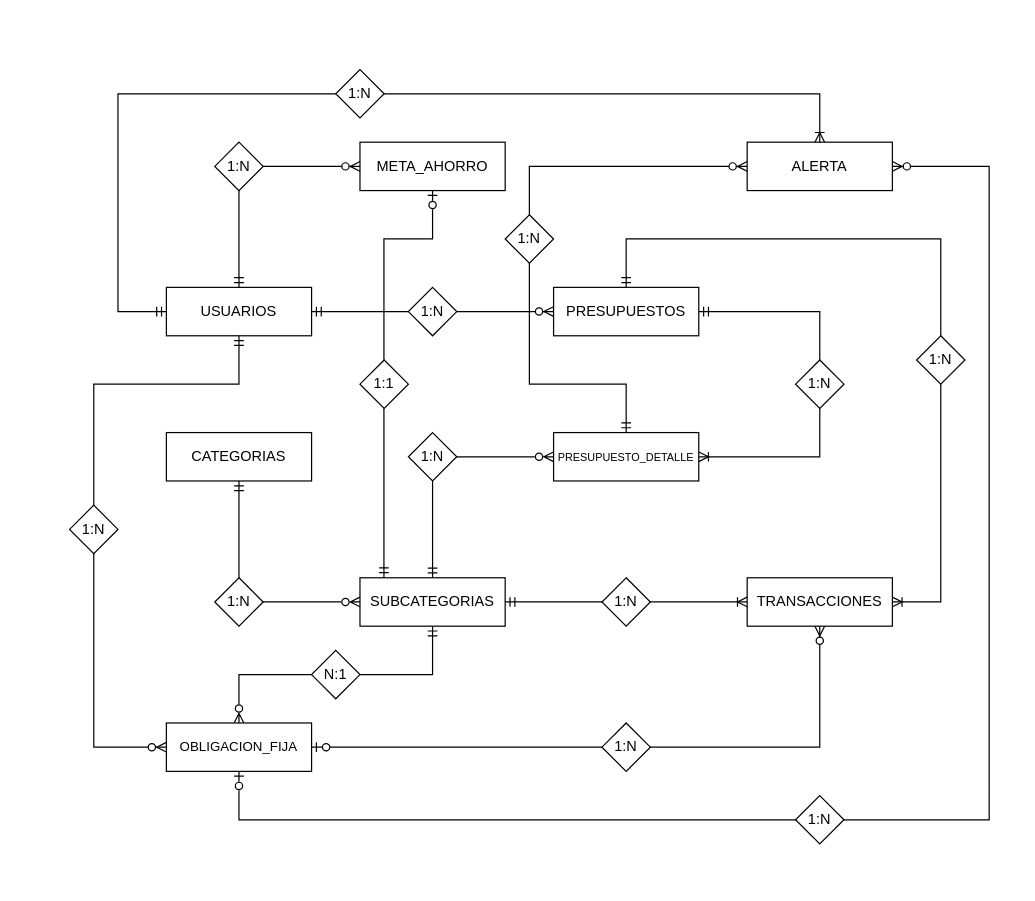
The draw.io diagram docs/archivos_fuentes/ERD.drawio.drawio in krismurillo22/proyecto-presupuesto-personal, before the edit. Source tidied: cells renumbered, new cells numbered last; positions are measured from the earlier drawing's top-left corner, leaving out a move shared by most shapes. Both pictures are drawn from the tidied source at 121%, with x=0, y=0 at pixel (21, 21).
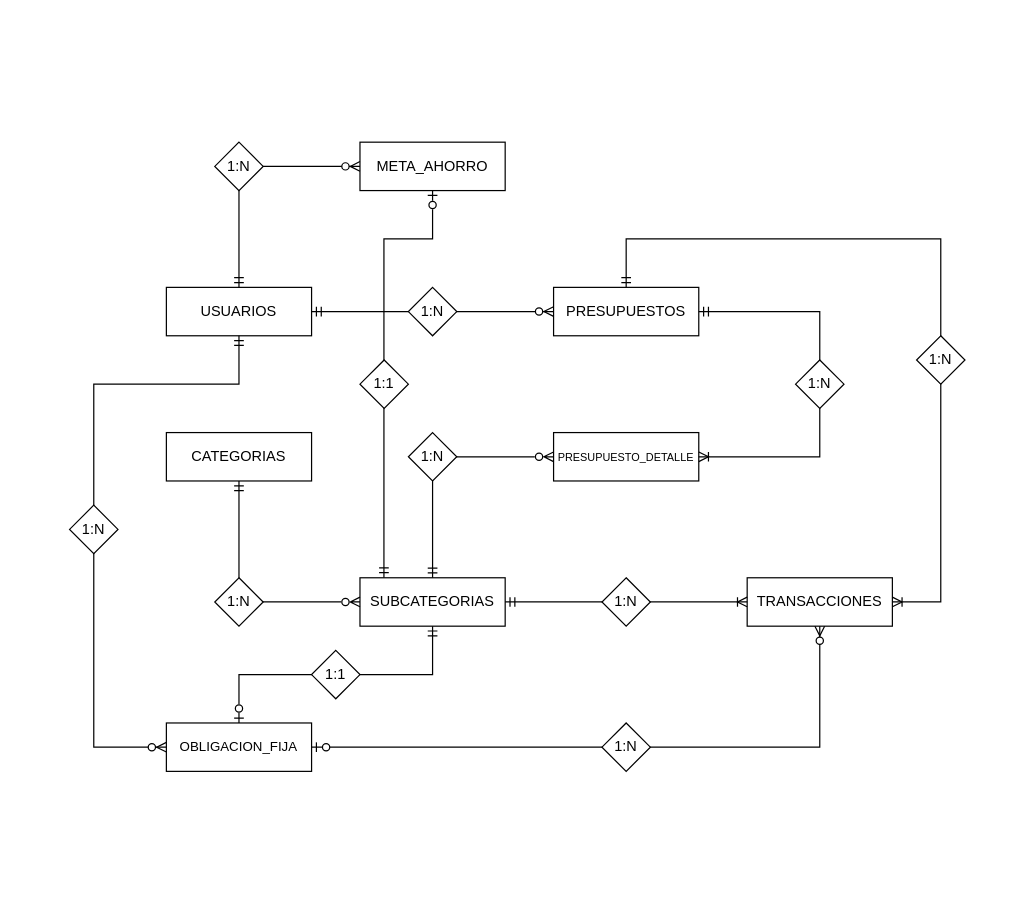
After the change.

The change refers to these unchanged cells:
```xml
<mxCell id="3" value="USUARIOS" style="whiteSpace=wrap;html=1;align=center;" parent="1" vertex="1">
  <mxGeometry x="120" y="220" width="120" height="40" as="geometry" />
</mxCell>
<mxCell id="6" value="SUBCATEGORIAS" style="whiteSpace=wrap;html=1;align=center;" parent="1" vertex="1">
  <mxGeometry x="280" y="460" width="120" height="40" as="geometry" />
</mxCell>
<mxCell id="7" value="&lt;font style=&quot;font-size: 9px;&quot;&gt;PRESUPUESTO_DETALLE&lt;/font&gt;" style="whiteSpace=wrap;html=1;align=center;" parent="1" vertex="1">
  <mxGeometry x="440" y="340" width="120" height="40" as="geometry" />
</mxCell>
<mxCell id="21" value="&lt;font style=&quot;font-size: 11px;&quot;&gt;OBLIGACION_FIJA&lt;/font&gt;" style="whiteSpace=wrap;html=1;align=center;" parent="1" vertex="1">
  <mxGeometry x="120" y="580" width="120" height="40" as="geometry" />
</mxCell>
```

Change to the diagram source:
```diff
@@
-    <mxCell id="24" style="fontSize=12;html=1;endArrow=ERzeroToMany;startArrow=ERmandOne;rounded=0;exitX=0.5;exitY=1;exitDx=0;exitDy=0;entryX=0.5;entryY=0;entryDx=0;entryDy=0;edgeStyle=orthogonalEdgeStyle;endFill=0;" parent="1" edge="1" source="6" target="21">
+    <mxCell id="24" style="fontSize=12;html=1;endArrow=ERzeroToOne;startArrow=ERmandOne;rounded=0;exitX=0.5;exitY=1;exitDx=0;exitDy=0;entryX=0.5;entryY=0;entryDx=0;entryDy=0;edgeStyle=orthogonalEdgeStyle;endFill=0;" parent="1" edge="1" source="6" target="21">
       <mxGeometry relative="1" as="geometry" />
     </mxCell>
-    <mxCell id="25" value="N:1" style="shape=rhombus;perimeter=rhombusPerimeter;whiteSpace=wrap;html=1;align=center;" parent="1" vertex="1">
+    <mxCell id="25" value="1:1" style="shape=rhombus;perimeter=rhombusPerimeter;whiteSpace=wrap;html=1;align=center;" parent="1" vertex="1">
       <mxGeometry x="240" y="520" width="40" height="40" as="geometry" />
     </mxCell>
@@
-    <mxCell id="33" value="ALERTA" style="whiteSpace=wrap;html=1;align=center;" parent="1" vertex="1">
-      <mxGeometry x="600" y="100" width="120" height="40" as="geometry" />
-    </mxCell>
-    <mxCell id="34" style="fontSize=12;html=1;endArrow=ERoneToMany;startArrow=ERmandOne;rounded=0;entryX=0.5;entryY=0;entryDx=0;entryDy=0;exitX=0;exitY=0.5;exitDx=0;exitDy=0;edgeStyle=orthogonalEdgeStyle;" parent="1" edge="1" source="3" target="33">
-      <mxGeometry relative="1" as="geometry">
-        <Array as="points">
-          <mxPoint x="80" y="240" />
-          <mxPoint x="80" y="60" />
-          <mxPoint x="660" y="60" />
-        </Array>
-      </mxGeometry>
-    </mxCell>
-    <mxCell id="35" value="1:N" style="shape=rhombus;perimeter=rhombusPerimeter;whiteSpace=wrap;html=1;align=center;" parent="1" vertex="1">
-      <mxGeometry x="260" y="40" width="40" height="40" as="geometry" />
-    </mxCell>
-    <mxCell id="36" style="fontSize=12;html=1;endArrow=ERzeroToMany;startArrow=ERmandOne;rounded=0;exitX=0.5;exitY=0;exitDx=0;exitDy=0;entryX=0;entryY=0.5;entryDx=0;entryDy=0;edgeStyle=orthogonalEdgeStyle;" parent="1" edge="1" source="7" target="33">
-      <mxGeometry relative="1" as="geometry">
-        <Array as="points">
-          <mxPoint x="500" y="300" />
-          <mxPoint x="420" y="300" />
-          <mxPoint x="420" y="120" />
-        </Array>
-      </mxGeometry>
-    </mxCell>
-    <mxCell id="37" value="1:N" style="shape=rhombus;perimeter=rhombusPerimeter;whiteSpace=wrap;html=1;align=center;" parent="1" vertex="1">
-      <mxGeometry x="400" y="160" width="40" height="40" as="geometry" />
-    </mxCell>
-    <mxCell id="38" style="fontSize=12;html=1;endArrow=ERzeroToMany;startArrow=ERzeroToOne;rounded=0;exitX=0.5;exitY=1;exitDx=0;exitDy=0;entryX=1;entryY=0.5;entryDx=0;entryDy=0;edgeStyle=orthogonalEdgeStyle;startFill=0;" parent="1" edge="1" source="21" target="33">
-      <mxGeometry relative="1" as="geometry">
-        <Array as="points">
-          <mxPoint x="180" y="660" />
-          <mxPoint x="800" y="660" />
-          <mxPoint x="800" y="120" />
-        </Array>
-      </mxGeometry>
-    </mxCell>
-    <mxCell id="39" value="1:N" style="shape=rhombus;perimeter=rhombusPerimeter;whiteSpace=wrap;html=1;align=center;" parent="1" vertex="1">
-      <mxGeometry x="640" y="640" width="40" height="40" as="geometry" />
-    </mxCell>
```
